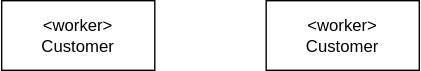
ivondrak/SWE2025 keeps this draw.io diagram as yukaricardiagram.drawio.svg. Above is the earlier version. Source tidied: cells renumbered, new cells last; positions are measured from the earlier drawing's top-left corner, leaving out a move shared by most shapes. Source of this version:
```xml
<mxGraphModel>
  <root>
    <mxCell id="0" />
    <mxCell id="1" parent="0" />
    <mxCell id="2" value="&amp;lt;worker&amp;gt;&lt;div&gt;Customer&lt;/div&gt;" style="html=1;whiteSpace=wrap;" parent="1" vertex="1">
      <mxGeometry width="110" height="50" as="geometry" />
    </mxCell>
    <mxCell id="3" value="&amp;lt;worker&amp;gt;&lt;div&gt;Customer&lt;/div&gt;" style="html=1;whiteSpace=wrap;" parent="1" vertex="1">
      <mxGeometry x="190" width="110" height="50" as="geometry" />
    </mxCell>
  </root>
</mxGraphModel>
```
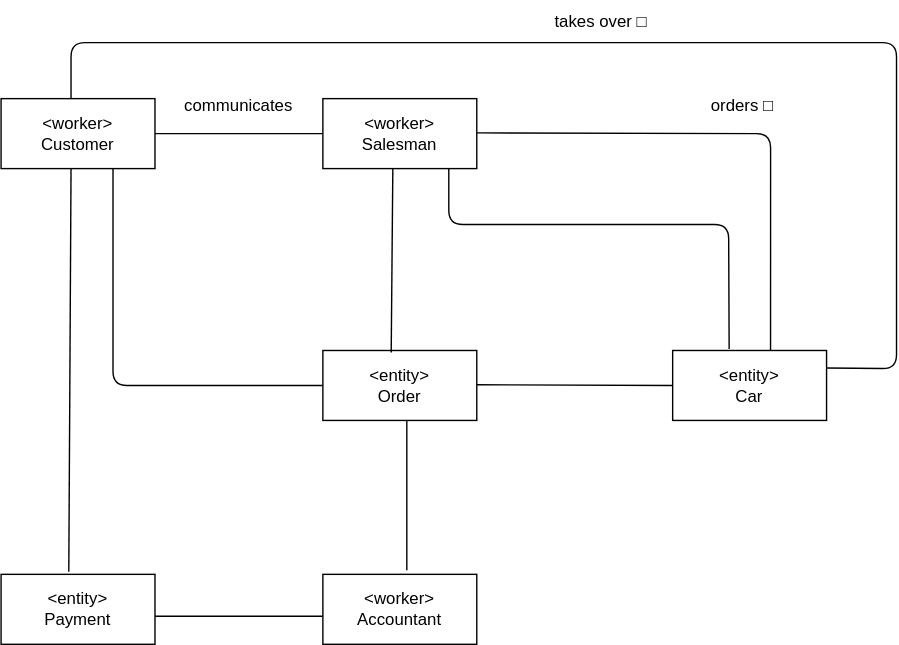
Above is the later version.

What changed in the source:
```diff
@@ -5,8 +5,94 @@
     <mxCell id="2" value="&amp;lt;worker&amp;gt;&lt;div&gt;Customer&lt;/div&gt;" style="html=1;whiteSpace=wrap;" parent="1" vertex="1">
       <mxGeometry width="110" height="50" as="geometry" />
     </mxCell>
-    <mxCell id="3" value="&amp;lt;worker&amp;gt;&lt;div&gt;Customer&lt;/div&gt;" style="html=1;whiteSpace=wrap;" parent="1" vertex="1">
-      <mxGeometry x="190" width="110" height="50" as="geometry" />
+    <mxCell id="3" value="&amp;lt;worker&amp;gt;&lt;div&gt;Salesman&lt;/div&gt;" style="html=1;whiteSpace=wrap;" parent="1" vertex="1">
+      <mxGeometry x="230" width="110" height="50" as="geometry" />
     </mxCell>
+    <mxCell id="4" value="&amp;lt;entity&amp;gt;&lt;div&gt;Order&lt;/div&gt;" style="html=1;whiteSpace=wrap;" parent="1" vertex="1">
+      <mxGeometry x="230" y="180" width="110" height="50" as="geometry" />
+    </mxCell>
+    <mxCell id="5" value="&amp;lt;entity&amp;gt;&lt;div&gt;Car&lt;/div&gt;" style="html=1;whiteSpace=wrap;" parent="1" vertex="1">
+      <mxGeometry x="480" y="180" width="110" height="50" as="geometry" />
+    </mxCell>
+    <mxCell id="6" value="&amp;lt;worker&amp;gt;&lt;div&gt;Accountant&lt;/div&gt;" style="html=1;whiteSpace=wrap;" parent="1" vertex="1">
+      <mxGeometry x="230" y="340" width="110" height="50" as="geometry" />
+    </mxCell>
+    <mxCell id="7" value="&amp;lt;entity&amp;gt;&lt;div&gt;Payment&lt;/div&gt;" style="html=1;whiteSpace=wrap;" parent="1" vertex="1">
+      <mxGeometry y="340" width="110" height="50" as="geometry" />
+    </mxCell>
+    <mxCell id="8" style="line;strokeWidth=1;fillColor=none;align=left;verticalAlign=middle;spacingTop=-1;spacingLeft=3;spacingRight=3;labelPosition=right;strokeColor=inherit;" parent="1" vertex="1">
+      <mxGeometry x="110" y="-20" width="120" height="90" as="geometry" />
+    </mxCell>
+    <mxCell id="9" style="endArrow=none;html=1;exitX=0.44;exitY=-0.036;exitDx=0;exitDy=0;exitPerimeter=0;" parent="1" edge="1" source="7">
+      <mxGeometry relative="1" as="geometry">
+        <mxPoint x="50" y="50" as="targetPoint" />
+      </mxGeometry>
+    </mxCell>
+    <mxCell id="10" style="endArrow=none;html=1;" parent="1" edge="1">
+      <mxGeometry relative="1" as="geometry">
+        <mxPoint x="110" y="370" as="sourcePoint" />
+        <mxPoint x="230" y="370" as="targetPoint" />
+      </mxGeometry>
+    </mxCell>
+    <mxCell id="11" style="endArrow=none;html=1;" parent="1" edge="1">
+      <mxGeometry relative="1" as="geometry">
+        <mxPoint x="290" y="337" as="sourcePoint" />
+        <mxPoint x="290" y="230" as="targetPoint" />
+      </mxGeometry>
+    </mxCell>
+    <mxCell id="12" style="endArrow=none;html=1;exitX=0.444;exitY=0.028;exitDx=0;exitDy=0;exitPerimeter=0;" parent="1" edge="1" source="4">
+      <mxGeometry relative="1" as="geometry">
+        <mxPoint x="280" y="50" as="targetPoint" />
+      </mxGeometry>
+    </mxCell>
+    <mxCell id="13" style="endArrow=none;html=1;exitX=0.367;exitY=-0.02;exitDx=0;exitDy=0;exitPerimeter=0;" parent="1" edge="1" source="5">
+      <mxGeometry relative="1" as="geometry">
+        <mxPoint x="320" y="50" as="targetPoint" />
+        <Array as="points">
+          <mxPoint x="520" y="90" />
+          <mxPoint x="320" y="90" />
+        </Array>
+      </mxGeometry>
+    </mxCell>
+    <mxCell id="14" style="endArrow=none;html=1;entryX=0.636;entryY=0;entryDx=0;entryDy=0;entryPerimeter=0;" parent="1" edge="1" target="5">
+      <mxGeometry relative="1" as="geometry">
+        <mxPoint x="340" y="24.5" as="sourcePoint" />
+        <Array as="points">
+          <mxPoint x="550" y="25" />
+        </Array>
+      </mxGeometry>
+    </mxCell>
+    <mxCell id="15" style="endArrow=none;html=1;entryX=1;entryY=0.25;entryDx=0;entryDy=0;" parent="1" edge="1" target="5">
+      <mxGeometry relative="1" as="geometry">
+        <mxPoint x="50" as="sourcePoint" />
+        <Array as="points">
+          <mxPoint x="50" y="-40" />
+          <mxPoint x="640" y="-40" />
+          <mxPoint x="640" y="193" />
+        </Array>
+      </mxGeometry>
+    </mxCell>
+    <mxCell id="16" style="endArrow=none;html=1;exitX=0;exitY=0.5;exitDx=0;exitDy=0;" parent="1" edge="1" source="4">
+      <mxGeometry relative="1" as="geometry">
+        <mxPoint x="80" y="50" as="targetPoint" />
+        <Array as="points">
+          <mxPoint x="80" y="205" />
+        </Array>
+      </mxGeometry>
+    </mxCell>
+    <mxCell id="17" style="endArrow=none;html=1;entryX=0;entryY=0.5;entryDx=0;entryDy=0;" parent="1" edge="1" target="5">
+      <mxGeometry relative="1" as="geometry">
+        <mxPoint x="340" y="204.5" as="sourcePoint" />
+      </mxGeometry>
+    </mxCell>
+    <mxCell id="18" value="communicates" style="text;html=1;align=center;verticalAlign=middle;whiteSpace=wrap;rounded=0;" parent="1" vertex="1">
+      <mxGeometry x="140" y="-10" width="60" height="30" as="geometry" />
+    </mxCell>
+    <mxCell id="19" value="takes over □" style="text;html=1;align=center;verticalAlign=middle;whiteSpace=wrap;rounded=0;" parent="1" vertex="1">
+      <mxGeometry x="389" y="-70" width="80" height="30" as="geometry" />
+    </mxCell>
+    <mxCell id="20" value="orders □" style="text;html=1;align=center;verticalAlign=middle;whiteSpace=wrap;rounded=0;" parent="1" vertex="1">
+      <mxGeometry x="490" y="-10" width="80" height="30" as="geometry" />
+    </mxCell>
   </root>
 </mxGraphModel>
```
